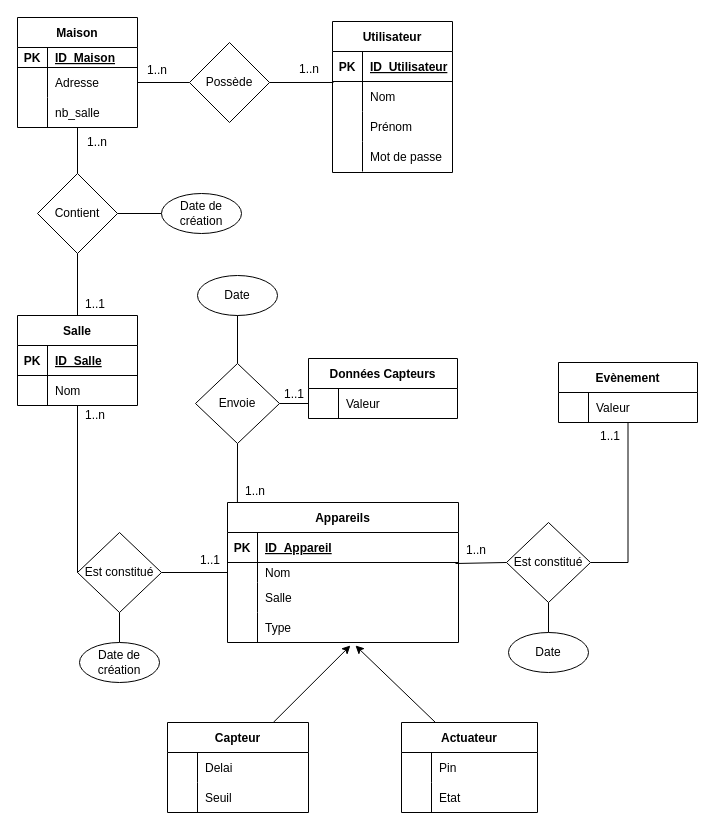
Above: Diagramme sans nom.drawio in Elias-djebbour/SmartPhome (draw.io), before the change. Source tidied: cells renumbered, new cells numbered last; positions are measured from the earlier drawing's top-left corner, leaving out a move shared by most shapes. Both pictures are drawn from the tidied source at 100%, with x=0, y=0 at pixel (17, 17).
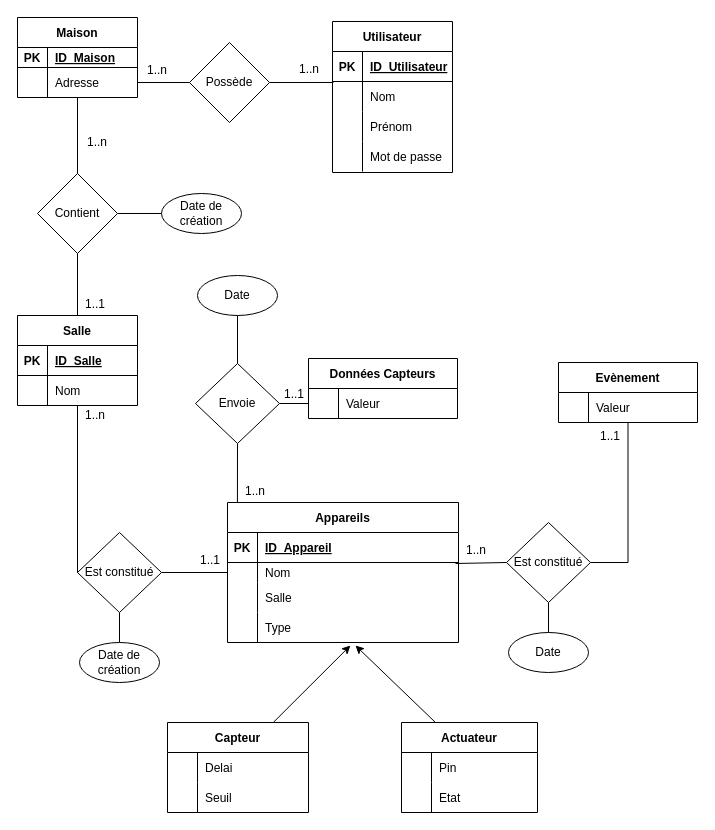
Above is the later version.

Commit message:
Mettre à jour Diagramme sans nom.drawio

Change to the diagram source:
```diff
@@
     <mxCell id="32" value="Maison" style="shape=table;startSize=30;childLayout=tableLayout;rowLines=0;fontStyle=1;align=center;" parent="1" vertex="1">
-      <mxGeometry width="120" height="110" as="geometry" />
+      <mxGeometry width="120" height="80" as="geometry" />
     </mxCell>
@@
-    <mxCell id="39" style="shape=partialRectangle;fillColor=none;top=0;left=0;right=0;bottom=0;" parent="32" vertex="1">
-      <mxGeometry y="80" width="120" height="30" as="geometry" />
-    </mxCell>
-    <mxCell id="40" style="shape=partialRectangle;overflow=hidden;fillColor=none;top=0;left=0;bottom=0;right=0;" parent="39" vertex="1">
-      <mxGeometry width="30" height="30" as="geometry" />
-    </mxCell>
-    <mxCell id="41" value="nb_salle" style="shape=partialRectangle;overflow=hidden;fillColor=none;top=0;left=0;bottom=0;right=0;align=left;spacingLeft=6;" parent="39" vertex="1">
-      <mxGeometry x="30" width="90" height="30" as="geometry" />
-    </mxCell>
```
